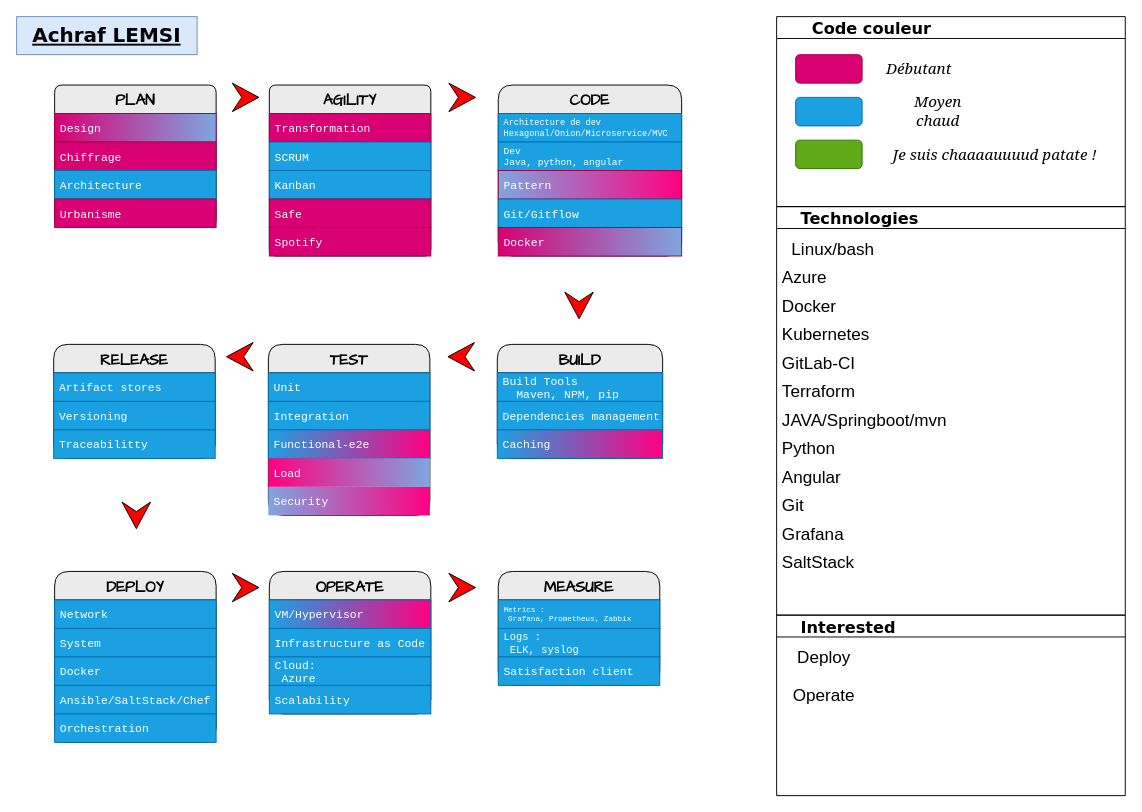
Earlier version of the draw.io diagram skills.drawio (teolia/TeoSchool_skills). Source tidied: cells renumbered, new cells numbered last; positions are measured from the earlier drawing's top-left corner, leaving out a move shared by most shapes. Both pictures are drawn from the tidied source at 95%, with x=0, y=0 at pixel (16, 16).
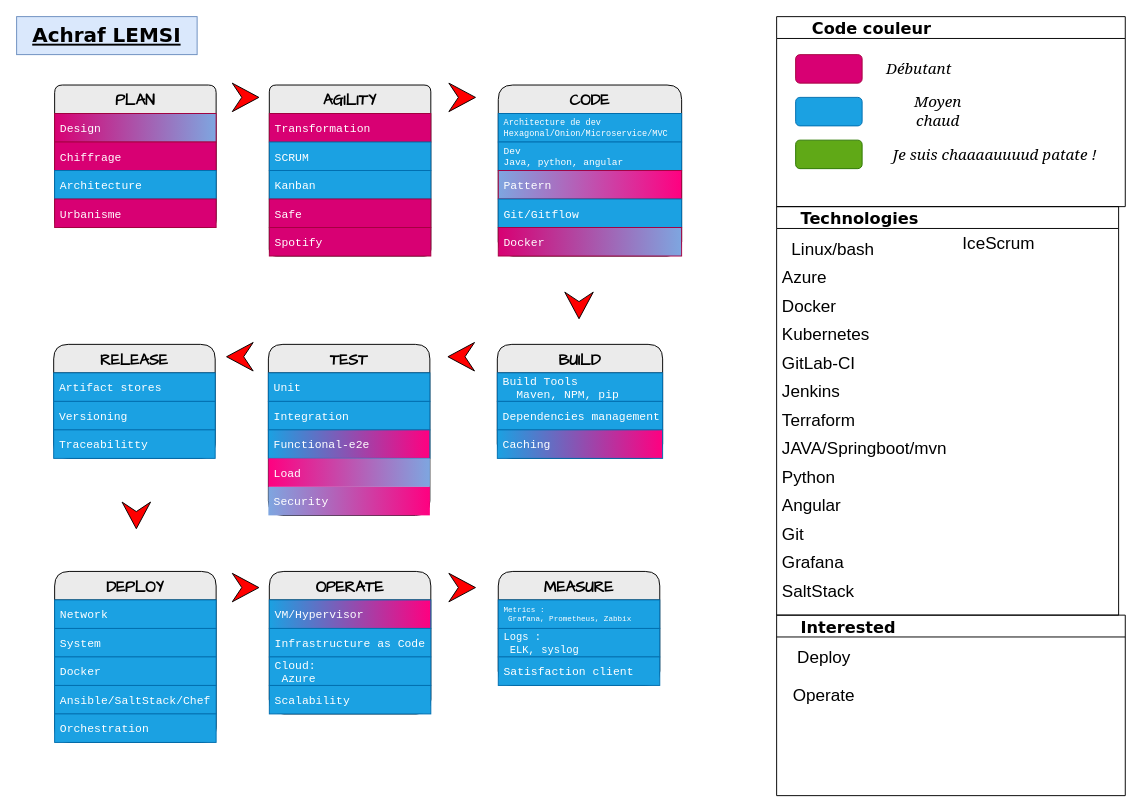
Above is the later version.

Change to the diagram source:
```diff
@@
     <mxCell id="64" value="    Technologies" style="swimlane;rounded=0;labelBackgroundColor=none;sketch=0;fontFamily=Verdana;fontSize=17;fontColor=#000000;fillColor=none;align=left;" parent="1" vertex="1">
-      <mxGeometry x="800" y="200" width="367" height="430" as="geometry" />
+      <mxGeometry x="800" y="200" width="360" height="430" as="geometry" />
     </mxCell>
     <mxCell id="65" style="swimlane;fontStyle=0;horizontal=1;startSize=0;fontSize=18;fontColor=#000000;fillColor=#7EA6E0;gradientColor=#FF0080;gradientDirection=east;strokeColor=none;" parent="64" vertex="1">
-      <mxGeometry y="28" width="200" height="360" as="geometry" />
+      <mxGeometry y="28" width="200" height="390" as="geometry" />
     </mxCell>
@@
+    <mxCell id="81" value="Jenkins" style="text;strokeColor=none;fillColor=none;align=left;verticalAlign=middle;spacingLeft=4;spacingRight=4;overflow=hidden;fontSize=18;fontColor=#000000;" parent="65" vertex="1">
+      <mxGeometry y="150" width="200" height="30" as="geometry" />
+    </mxCell>
     <mxCell id="71" value="Terraform" style="text;strokeColor=none;fillColor=none;align=left;verticalAlign=middle;spacingLeft=4;spacingRight=4;overflow=hidden;fontSize=18;fontColor=#000000;" parent="65" vertex="1">
-      <mxGeometry y="150" width="200" height="30" as="geometry" />
+      <mxGeometry y="180" width="200" height="30" as="geometry" />
     </mxCell>
     <mxCell id="72" value="JAVA/Springboot/mvn" style="text;strokeColor=none;fillColor=none;align=left;verticalAlign=middle;spacingLeft=4;spacingRight=4;overflow=hidden;fontSize=18;fontColor=#000000;" parent="65" vertex="1">
-      <mxGeometry y="180" width="200" height="30" as="geometry" />
+      <mxGeometry y="210" width="200" height="30" as="geometry" />
     </mxCell>
     <mxCell id="73" value="Python" style="text;strokeColor=none;fillColor=none;align=left;verticalAlign=middle;spacingLeft=4;spacingRight=4;overflow=hidden;fontSize=18;fontColor=#000000;" parent="65" vertex="1">
-      <mxGeometry y="210" width="200" height="30" as="geometry" />
+      <mxGeometry y="240" width="200" height="30" as="geometry" />
     </mxCell>
     <mxCell id="74" value="Angular" style="text;strokeColor=none;fillColor=none;align=left;verticalAlign=middle;spacingLeft=4;spacingRight=4;overflow=hidden;fontSize=18;fontColor=#000000;" parent="65" vertex="1">
-      <mxGeometry y="240" width="200" height="30" as="geometry" />
+      <mxGeometry y="270" width="200" height="30" as="geometry" />
     </mxCell>
     <mxCell id="75" value="Git" style="text;strokeColor=none;fillColor=none;align=left;verticalAlign=middle;spacingLeft=4;spacingRight=4;overflow=hidden;fontSize=18;fontColor=#000000;" parent="65" vertex="1">
-      <mxGeometry y="270" width="200" height="30" as="geometry" />
+      <mxGeometry y="300" width="200" height="30" as="geometry" />
     </mxCell>
     <mxCell id="76" value="Grafana" style="text;strokeColor=none;fillColor=none;align=left;verticalAlign=middle;spacingLeft=4;spacingRight=4;overflow=hidden;fontSize=18;fontColor=#000000;" parent="65" vertex="1">
-      <mxGeometry y="300" width="200" height="30" as="geometry" />
+      <mxGeometry y="330" width="200" height="30" as="geometry" />
     </mxCell>
     <mxCell id="77" value="SaltStack" style="text;strokeColor=none;fillColor=none;align=left;verticalAlign=middle;spacingLeft=4;spacingRight=4;overflow=hidden;fontSize=18;fontColor=#000000;" parent="65" vertex="1">
-      <mxGeometry y="330" width="200" height="30" as="geometry" />
+      <mxGeometry y="360" width="200" height="30" as="geometry" />
     </mxCell>
+    <mxCell id="82" value="IceScrum" style="text;strokeColor=none;fillColor=none;align=left;verticalAlign=middle;spacingLeft=4;spacingRight=4;overflow=hidden;fontSize=18;fontColor=#000000;" parent="64" vertex="1">
+      <mxGeometry x="190" y="22" width="160" height="30" as="geometry" />
+    </mxCell>
```
